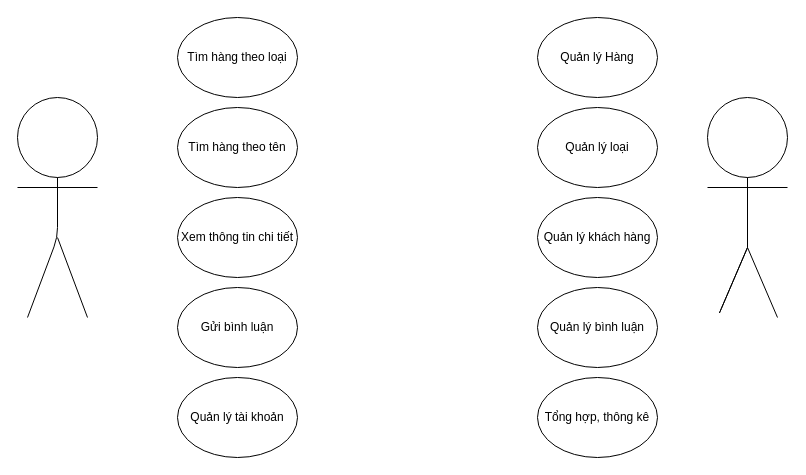
Before: Untitled Diagram.drawio in trong0805/sql, a draw.io diagram. Source tidied: cells renumbered, new cells numbered last; positions are measured from the earlier drawing's top-left corner, leaving out a move shared by most shapes. Both pictures are drawn from the tidied source at 100%, with x=0, y=0 at pixel (17, 17).
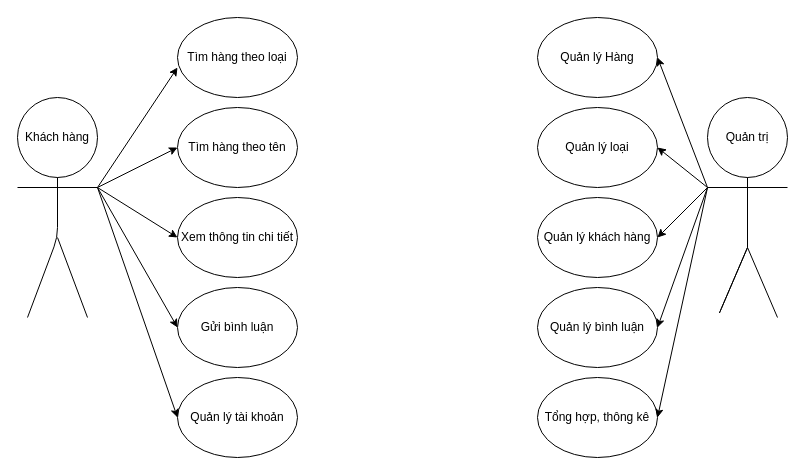
The same page after the edit.

The edit, as a diff of the source:
```diff
@@
-    <mxCell id="2" style="ellipse;whiteSpace=wrap;html=1;" parent="1" vertex="1">
+    <mxCell id="2" value="Khách hàng" style="ellipse;whiteSpace=wrap;html=1;" parent="1" vertex="1">
       <mxGeometry y="80" width="80" height="80" as="geometry" />
     </mxCell>
-    <mxCell id="3" style="ellipse;whiteSpace=wrap;html=1;" parent="1" vertex="1">
+    <mxCell id="3" value="Quản trị" style="ellipse;whiteSpace=wrap;html=1;" parent="1" vertex="1">
       <mxGeometry x="690" y="80" width="80" height="80" as="geometry" />
     </mxCell>
@@
+    <mxCell id="21" style="endArrow=classic;html=1;" parent="1" edge="1">
+      <mxGeometry relative="1" as="geometry">
+        <mxPoint x="80" y="170" as="sourcePoint" />
+        <mxPoint x="160" y="50" as="targetPoint" />
+      </mxGeometry>
+    </mxCell>
+    <mxCell id="22" style="endArrow=classic;html=1;" parent="1" edge="1">
+      <mxGeometry relative="1" as="geometry">
+        <mxPoint x="80" y="170" as="sourcePoint" />
+        <mxPoint x="160" y="130" as="targetPoint" />
+      </mxGeometry>
+    </mxCell>
+    <mxCell id="23" style="endArrow=classic;html=1;" parent="1" edge="1">
+      <mxGeometry relative="1" as="geometry">
+        <mxPoint x="80" y="170" as="sourcePoint" />
+        <mxPoint x="160" y="220" as="targetPoint" />
+      </mxGeometry>
+    </mxCell>
+    <mxCell id="24" style="endArrow=classic;html=1;" parent="1" edge="1">
+      <mxGeometry relative="1" as="geometry">
+        <mxPoint x="80" y="170" as="sourcePoint" />
+        <mxPoint x="160" y="310" as="targetPoint" />
+      </mxGeometry>
+    </mxCell>
+    <mxCell id="25" style="endArrow=classic;html=1;" parent="1" edge="1">
+      <mxGeometry relative="1" as="geometry">
+        <mxPoint x="80" y="170" as="sourcePoint" />
+        <mxPoint x="160" y="400" as="targetPoint" />
+      </mxGeometry>
+    </mxCell>
+    <mxCell id="26" style="endArrow=classic;html=1;" parent="1" edge="1">
+      <mxGeometry relative="1" as="geometry">
+        <mxPoint x="690" y="170" as="sourcePoint" />
+        <mxPoint x="640" y="220" as="targetPoint" />
+      </mxGeometry>
+    </mxCell>
+    <mxCell id="27" style="endArrow=classic;html=1;" parent="1" edge="1">
+      <mxGeometry relative="1" as="geometry">
+        <mxPoint x="690" y="170" as="sourcePoint" />
+        <mxPoint x="640" y="400" as="targetPoint" />
+      </mxGeometry>
+    </mxCell>
+    <mxCell id="28" style="endArrow=classic;html=1;" parent="1" edge="1">
+      <mxGeometry relative="1" as="geometry">
+        <mxPoint x="690" y="170" as="sourcePoint" />
+        <mxPoint x="640" y="310" as="targetPoint" />
+      </mxGeometry>
+    </mxCell>
+    <mxCell id="29" style="endArrow=classic;html=1;" parent="1" edge="1">
+      <mxGeometry relative="1" as="geometry">
+        <mxPoint x="690" y="170" as="sourcePoint" />
+        <mxPoint x="640" y="130" as="targetPoint" />
+      </mxGeometry>
+    </mxCell>
+    <mxCell id="30" style="endArrow=classic;html=1;" parent="1" edge="1">
+      <mxGeometry relative="1" as="geometry">
+        <mxPoint x="690" y="170" as="sourcePoint" />
+        <mxPoint x="640" y="40" as="targetPoint" />
+      </mxGeometry>
+    </mxCell>
```
